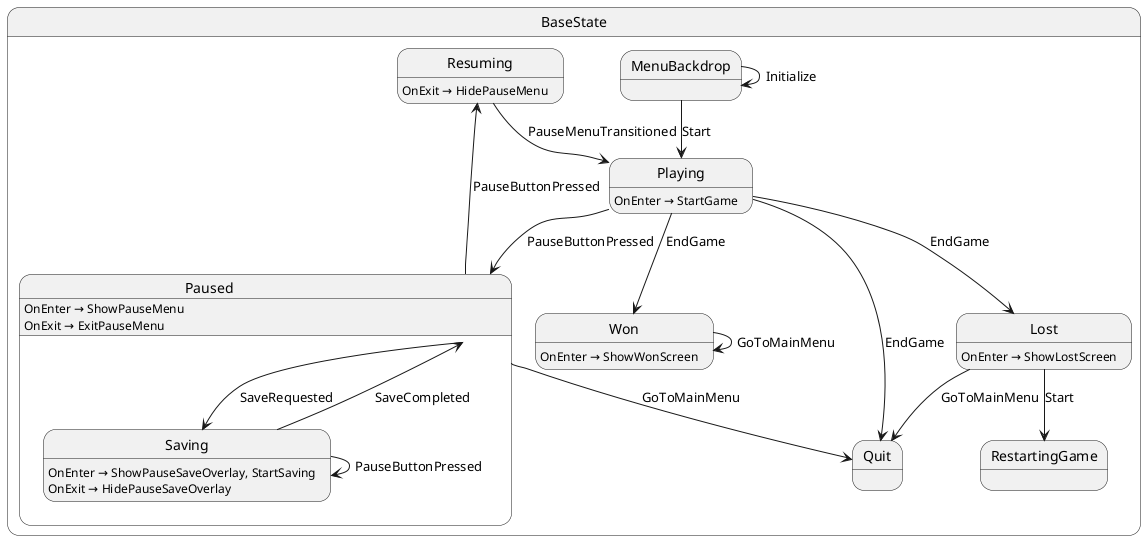
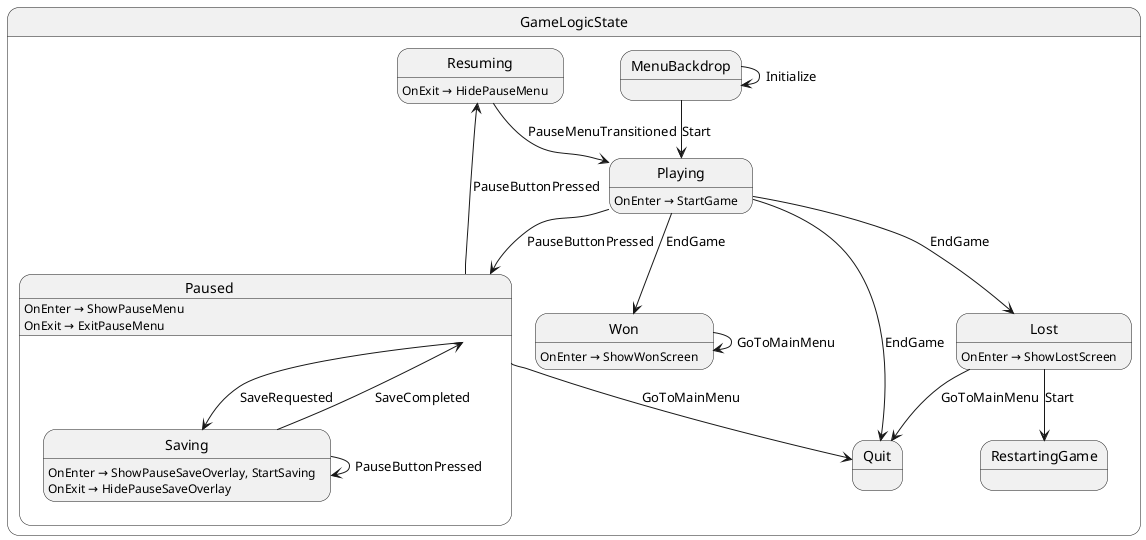
- @startuml BaseState
- state "BaseState" as GameDemo_GameLogic_BaseState {
-   state "Lost" as GameDemo_GameLogic_BaseState_Lost
-   state "MenuBackdrop" as GameDemo_GameLogic_BaseState_MenuBackdrop
-   state "Paused" as GameDemo_GameLogic_BaseState_Paused {
-     state "Saving" as GameDemo_GameLogic_BaseState_Saving
+ @startuml GameLogicState
+ state "GameLogicState" as GameDemo_GameLogic_GameLogicState {
+   state "Lost" as GameDemo_GameLogic_GameLogicState_Lost
+   state "MenuBackdrop" as GameDemo_GameLogic_GameLogicState_MenuBackdrop
+   state "Paused" as GameDemo_GameLogic_GameLogicState_Paused {
+     state "Saving" as GameDemo_GameLogic_GameLogicState_Saving
  }
-   state "Playing" as GameDemo_GameLogic_BaseState_Playing
-   state "Quit" as GameDemo_GameLogic_BaseState_Quit
-   state "RestartingGame" as GameDemo_GameLogic_BaseState_RestartingGame
-   state "Resuming" as GameDemo_GameLogic_BaseState_Resuming
-   state "Won" as GameDemo_GameLogic_BaseState_Won
+   state "Playing" as GameDemo_GameLogic_GameLogicState_Playing
+   state "Quit" as GameDemo_GameLogic_GameLogicState_Quit
+   state "RestartingGame" as GameDemo_GameLogic_GameLogicState_RestartingGame
+   state "Resuming" as GameDemo_GameLogic_GameLogicState_Resuming
+   state "Won" as GameDemo_GameLogic_GameLogicState_Won
}

- GameDemo_GameLogic_BaseState_Lost --> GameDemo_GameLogic_BaseState_Quit : GoToMainMenu
- GameDemo_GameLogic_BaseState_Lost --> GameDemo_GameLogic_BaseState_RestartingGame : Start
- GameDemo_GameLogic_BaseState_MenuBackdrop --> GameDemo_GameLogic_BaseState_MenuBackdrop : Initialize
- GameDemo_GameLogic_BaseState_MenuBackdrop --> GameDemo_GameLogic_BaseState_Playing : Start
- GameDemo_GameLogic_BaseState_Paused --> GameDemo_GameLogic_BaseState_Quit : GoToMainMenu
- GameDemo_GameLogic_BaseState_Paused --> GameDemo_GameLogic_BaseState_Resuming : PauseButtonPressed
- GameDemo_GameLogic_BaseState_Paused --> GameDemo_GameLogic_BaseState_Saving : SaveRequested
- GameDemo_GameLogic_BaseState_Playing --> GameDemo_GameLogic_BaseState_Lost : EndGame
- GameDemo_GameLogic_BaseState_Playing --> GameDemo_GameLogic_BaseState_Paused : PauseButtonPressed
- GameDemo_GameLogic_BaseState_Playing --> GameDemo_GameLogic_BaseState_Quit : EndGame
- GameDemo_GameLogic_BaseState_Playing --> GameDemo_GameLogic_BaseState_Won : EndGame
- GameDemo_GameLogic_BaseState_Resuming --> GameDemo_GameLogic_BaseState_Playing : PauseMenuTransitioned
- GameDemo_GameLogic_BaseState_Saving --> GameDemo_GameLogic_BaseState_Paused : SaveCompleted
- GameDemo_GameLogic_BaseState_Saving --> GameDemo_GameLogic_BaseState_Saving : PauseButtonPressed
- GameDemo_GameLogic_BaseState_Won --> GameDemo_GameLogic_BaseState_Won : GoToMainMenu
+ GameDemo_GameLogic_GameLogicState_Lost --> GameDemo_GameLogic_GameLogicState_Quit : GoToMainMenu
+ GameDemo_GameLogic_GameLogicState_Lost --> GameDemo_GameLogic_GameLogicState_RestartingGame : Start
+ GameDemo_GameLogic_GameLogicState_MenuBackdrop --> GameDemo_GameLogic_GameLogicState_MenuBackdrop : Initialize
+ GameDemo_GameLogic_GameLogicState_MenuBackdrop --> GameDemo_GameLogic_GameLogicState_Playing : Start
+ GameDemo_GameLogic_GameLogicState_Paused --> GameDemo_GameLogic_GameLogicState_Quit : GoToMainMenu
+ GameDemo_GameLogic_GameLogicState_Paused --> GameDemo_GameLogic_GameLogicState_Resuming : PauseButtonPressed
+ GameDemo_GameLogic_GameLogicState_Paused --> GameDemo_GameLogic_GameLogicState_Saving : SaveRequested
+ GameDemo_GameLogic_GameLogicState_Playing --> GameDemo_GameLogic_GameLogicState_Lost : EndGame
+ GameDemo_GameLogic_GameLogicState_Playing --> GameDemo_GameLogic_GameLogicState_Paused : PauseButtonPressed
+ GameDemo_GameLogic_GameLogicState_Playing --> GameDemo_GameLogic_GameLogicState_Quit : EndGame
+ GameDemo_GameLogic_GameLogicState_Playing --> GameDemo_GameLogic_GameLogicState_Won : EndGame
+ GameDemo_GameLogic_GameLogicState_Resuming --> GameDemo_GameLogic_GameLogicState_Playing : PauseMenuTransitioned
+ GameDemo_GameLogic_GameLogicState_Saving --> GameDemo_GameLogic_GameLogicState_Paused : SaveCompleted
+ GameDemo_GameLogic_GameLogicState_Saving --> GameDemo_GameLogic_GameLogicState_Saving : PauseButtonPressed
+ GameDemo_GameLogic_GameLogicState_Won --> GameDemo_GameLogic_GameLogicState_Won : GoToMainMenu

- GameDemo_GameLogic_BaseState_Lost : OnEnter → ShowLostScreen
- GameDemo_GameLogic_BaseState_Paused : OnEnter → ShowPauseMenu
- GameDemo_GameLogic_BaseState_Paused : OnExit → ExitPauseMenu
- GameDemo_GameLogic_BaseState_Playing : OnEnter → StartGame
- GameDemo_GameLogic_BaseState_Resuming : OnExit → HidePauseMenu
- GameDemo_GameLogic_BaseState_Saving : OnEnter → ShowPauseSaveOverlay, StartSaving
- GameDemo_GameLogic_BaseState_Saving : OnExit → HidePauseSaveOverlay
- GameDemo_GameLogic_BaseState_Won : OnEnter → ShowWonScreen
+ GameDemo_GameLogic_GameLogicState_Lost : OnEnter → ShowLostScreen
+ GameDemo_GameLogic_GameLogicState_Paused : OnEnter → ShowPauseMenu
+ GameDemo_GameLogic_GameLogicState_Paused : OnExit → ExitPauseMenu
+ GameDemo_GameLogic_GameLogicState_Playing : OnEnter → StartGame
+ GameDemo_GameLogic_GameLogicState_Resuming : OnExit → HidePauseMenu
+ GameDemo_GameLogic_GameLogicState_Saving : OnEnter → ShowPauseSaveOverlay, StartSaving
+ GameDemo_GameLogic_GameLogicState_Saving : OnExit → HidePauseSaveOverlay
+ GameDemo_GameLogic_GameLogicState_Won : OnEnter → ShowWonScreen
@enduml